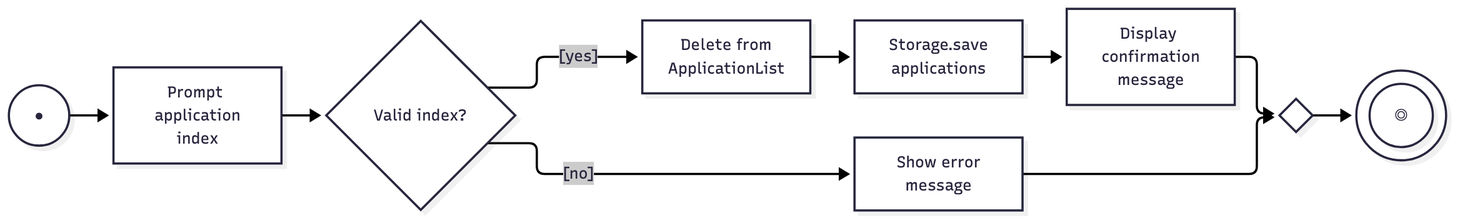
The Mermaid diagram docs/diagrams/delete-application-activity.png in AY2627S1-CS2113-T10-2/tp, before a commit. Its source is kept beside it as docs/diagrams/sources/delete-application-activity.mmd. The source it was exported from:
```mermaid
flowchart LR
    Start((●)) --> Prompt["Prompt application<br/>index"]
    Prompt --> Check{"Valid index?"}
    Check -->|"[yes]"| Del["Delete from<br/>ApplicationList"]
    Check -->|"[no]"| ShowErr["Show error<br/>message"]
    Del --> Save["Storage.save<br/>applications"]
    Save --> Show["Display confirmation<br/>message"]
    Show --> MergeEnd{ }
    ShowErr --> MergeEnd
    MergeEnd --> End(((◎)))
```
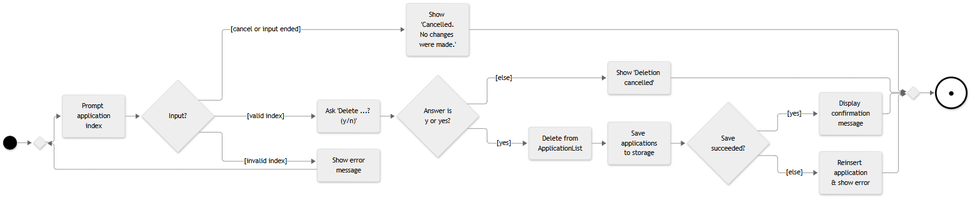
After the change.

The edit, as a diff of the source:
```diff
@@ -1,10 +1,23 @@
+%%{init: {'theme': 'neutral'}}%%
 flowchart LR
-    Start((●)) --> Prompt["Prompt application<br/>index"]
-    Prompt --> Check{"Valid index?"}
-    Check -->|"[yes]"| Del["Delete from<br/>ApplicationList"]
-    Check -->|"[no]"| ShowErr["Show error<br/>message"]
-    Del --> Save["Storage.save<br/>applications"]
-    Save --> Show["Display confirmation<br/>message"]
-    Show --> MergeEnd{ }
-    ShowErr --> MergeEnd
-    MergeEnd --> End(((◎)))
+    Start(( )):::start --> MergePrompt{ }
+    MergePrompt --> Prompt("Prompt application<br/>index")
+    Prompt --> Input{"Input?"}
+    Input -->|"[cancel or input ended]"| ShowCancel("Show 'Cancelled.<br/>No changes were made.'")
+    Input -->|"[invalid index]"| ShowErr("Show error<br/>message")
+    ShowErr --> MergePrompt
+    Input -->|"[valid index]"| Ask("Ask 'Delete ...? (y/n)'")
+    Ask --> Confirm{"Answer is<br/>y or yes?"}
+    Confirm -->|"[else]"| ShowKept("Show 'Deletion cancelled'")
+    Confirm -->|"[yes]"| Del("Delete from<br/>ApplicationList")
+    Del --> Save("Save applications<br/>to storage")
+    Save --> Saved{"Save<br/>succeeded?"}
+    Saved -->|"[yes]"| Show("Display confirmation<br/>message")
+    Saved -->|"[else]"| Restore("Reinsert application<br/>& show error")
+    ShowCancel --> MergeEnd{ }
+    ShowKept --> MergeEnd
+    Show --> MergeEnd
+    Restore --> MergeEnd
+    MergeEnd --> End(("●")):::finish
+    classDef start fill:#000,stroke:#000
+    classDef finish fill:#fff,stroke:#000,stroke-width:4px,font-size:26px
```
